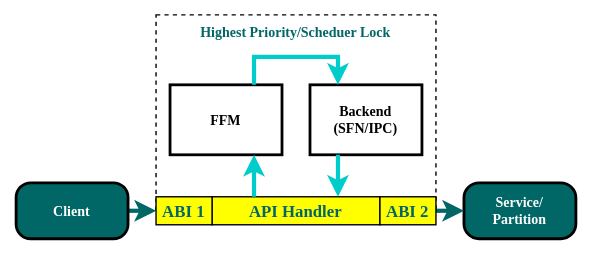
This is docs/design_docs/media/abi_scheduler.svg from zephyrproject-rtos/trusted-firmware-m, a draw.io export, as it was before one commit. Source tidied: cells renumbered, new cells last; positions are measured from the earlier drawing's top-left corner, leaving out a move shared by most shapes. Its diagram source:
```xml
<mxGraphModel>
  <root>
    <mxCell id="0" />
    <mxCell id="1" parent="0" />
    <mxCell id="2" value="Highest Priority/Scheduer Lock" style="text;align=center;verticalAlign=top;rounded=0;fontStyle=1;fontFamily=Tahoma;fontColor=#006666;strokeColor=#000000;dashed=1;fontSize=10;" parent="1" vertex="1">
      <mxGeometry x="100" width="200" height="140" as="geometry" />
    </mxCell>
    <mxCell id="3" style="edgeStyle=orthogonalEdgeStyle;rounded=0;jettySize=auto;html=0;fontFamily=Tahoma;fontSize=12;fontColor=#FFFFFF;strokeWidth=3;strokeColor=#006666;entryX=0;entryY=0.5;entryDx=0;entryDy=0;exitX=1;exitY=0.5;exitDx=0;exitDy=0;" parent="1" edge="1" source="4" target="13">
      <mxGeometry relative="1" as="geometry" />
    </mxCell>
    <mxCell id="4" value="Client" style="rounded=1;strokeWidth=2;fontSize=10;fontStyle=1;fontFamily=Tahoma;verticalAlign=middle;arcSize=26;fontColor=#FFFFFF;fillColor=#006666;" parent="1" vertex="1">
      <mxGeometry y="120" width="80" height="40" as="geometry" />
    </mxCell>
    <mxCell id="5" value="Service/&#10;Partition" style="rounded=1;strokeWidth=2;fontSize=10;fontStyle=1;fontFamily=Tahoma;verticalAlign=middle;arcSize=27;fontColor=#FFFFFF;fillColor=#006666;" parent="1" vertex="1">
      <mxGeometry x="320" y="120" width="80" height="40" as="geometry" />
    </mxCell>
    <mxCell id="6" value="API Handler" style="text;align=center;verticalAlign=middle;rounded=0;fontStyle=1;fontFamily=Tahoma;fontColor=#006666;strokeColor=#000000;fillColor=#FFFF00;" parent="1" vertex="1">
      <mxGeometry x="140" y="130" width="120" height="20" as="geometry" />
    </mxCell>
    <mxCell id="7" value="FFM" style="rounded=0;fontSize=10;strokeWidth=2;fontFamily=Tahoma;fontStyle=1;verticalAlign=middle;" parent="1" vertex="1">
      <mxGeometry x="110" y="50" width="80" height="50" as="geometry" />
    </mxCell>
    <mxCell id="8" value="Backend&#10;(SFN/IPC)" style="rounded=0;fontSize=10;strokeWidth=2;fontFamily=Tahoma;fontStyle=1;verticalAlign=middle;" parent="1" vertex="1">
      <mxGeometry x="210" y="50" width="80" height="50" as="geometry" />
    </mxCell>
    <mxCell id="9" style="edgeStyle=orthogonalEdgeStyle;rounded=0;jettySize=auto;html=0;fontFamily=Tahoma;fontSize=12;fontColor=#FFFFFF;strokeWidth=3;entryX=0.75;entryY=1;entryDx=0;entryDy=0;exitX=0.25;exitY=0;exitDx=0;exitDy=0;strokeColor=#00CCCC;" parent="1" edge="1" source="6" target="7">
      <mxGeometry relative="1" as="geometry" />
    </mxCell>
    <mxCell id="10" style="edgeStyle=orthogonalEdgeStyle;rounded=0;jettySize=auto;html=0;fontFamily=Tahoma;fontSize=12;fontColor=#FFFFFF;strokeWidth=3;exitX=0.25;exitY=1;exitDx=0;exitDy=0;entryX=0.75;entryY=0;entryDx=0;entryDy=0;strokeColor=#00CCCC;" parent="1" edge="1" source="8" target="6">
      <mxGeometry relative="1" as="geometry" />
    </mxCell>
    <mxCell id="11" style="edgeStyle=orthogonalEdgeStyle;rounded=0;jettySize=auto;html=0;fontFamily=Tahoma;fontSize=12;fontColor=#FFFFFF;strokeWidth=3;entryX=0.25;entryY=0;entryDx=0;entryDy=0;exitX=0.75;exitY=0;exitDx=0;exitDy=0;strokeColor=#00CCCC;" parent="1" edge="1" source="7" target="8">
      <mxGeometry relative="1" as="geometry">
        <Array as="points">
          <mxPoint x="170" y="30" />
          <mxPoint x="230" y="30" />
        </Array>
      </mxGeometry>
    </mxCell>
    <mxCell id="12" style="edgeStyle=orthogonalEdgeStyle;rounded=0;jettySize=auto;html=0;fontFamily=Tahoma;fontSize=12;fontColor=#FFFFFF;strokeWidth=3;strokeColor=#006666;entryX=0;entryY=0.5;entryDx=0;entryDy=0;exitX=1;exitY=0.5;exitDx=0;exitDy=0;" parent="1" edge="1" source="14">
      <mxGeometry relative="1" as="geometry">
        <mxPoint x="320" y="139.6" as="targetPoint" />
      </mxGeometry>
    </mxCell>
    <mxCell id="13" value="ABI 1" style="text;align=center;verticalAlign=middle;rounded=0;fontStyle=1;fontFamily=Tahoma;fontColor=#006666;strokeColor=#000000;fillColor=#FFFF00;" parent="1" vertex="1">
      <mxGeometry x="100" y="130" width="40" height="20" as="geometry" />
    </mxCell>
    <mxCell id="14" value="ABI 2" style="text;align=center;verticalAlign=middle;rounded=0;fontStyle=1;fontFamily=Tahoma;fontColor=#006666;strokeColor=#000000;fillColor=#FFFF00;" parent="1" vertex="1">
      <mxGeometry x="260" y="130" width="40" height="20" as="geometry" />
    </mxCell>
  </root>
</mxGraphModel>
```
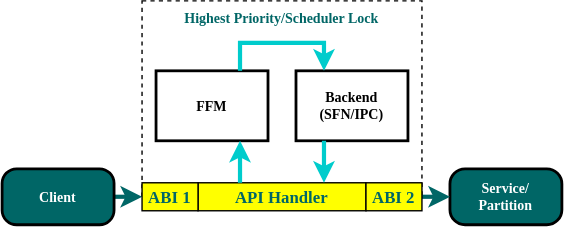
After the change.

What changed in the source:
```diff
@@ -2,7 +2,7 @@
   <root>
     <mxCell id="0" />
     <mxCell id="1" parent="0" />
-    <mxCell id="2" value="Highest Priority/Scheduer Lock" style="text;align=center;verticalAlign=top;rounded=0;fontStyle=1;fontFamily=Tahoma;fontColor=#006666;strokeColor=#000000;dashed=1;fontSize=10;" parent="1" vertex="1">
+    <mxCell id="2" value="Highest Priority/Scheduler Lock" style="text;align=center;verticalAlign=top;rounded=0;fontStyle=1;fontFamily=Tahoma;fontColor=#006666;strokeColor=#000000;dashed=1;fontSize=10;" parent="1" vertex="1">
       <mxGeometry x="100" width="200" height="140" as="geometry" />
     </mxCell>
     <mxCell id="3" style="edgeStyle=orthogonalEdgeStyle;rounded=0;jettySize=auto;html=0;fontFamily=Tahoma;fontSize=12;fontColor=#FFFFFF;strokeWidth=3;strokeColor=#006666;entryX=0;entryY=0.5;entryDx=0;entryDy=0;exitX=1;exitY=0.5;exitDx=0;exitDy=0;" parent="1" edge="1" source="4" target="13">
```
